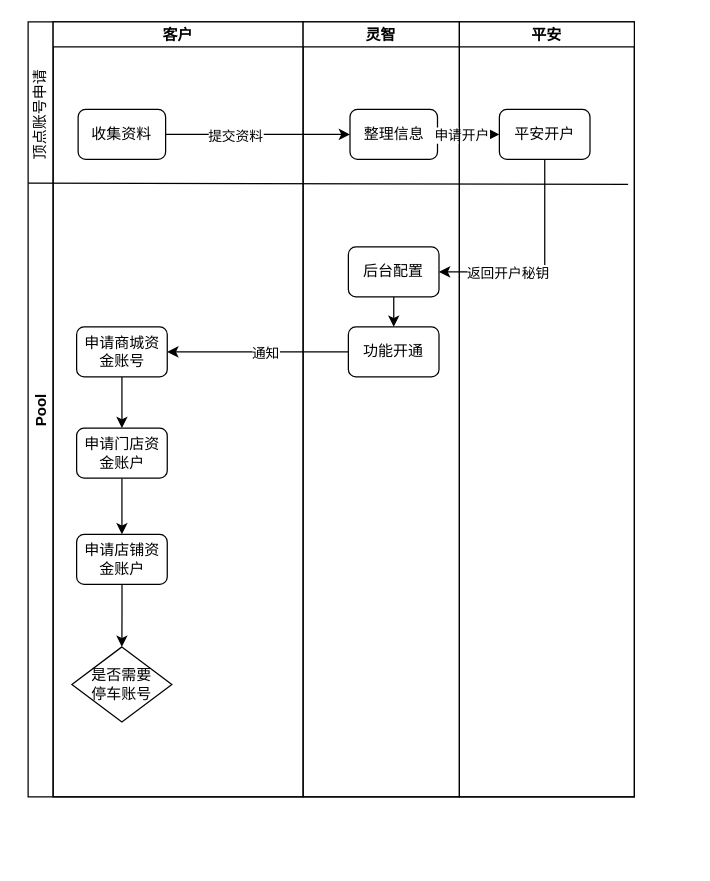
Above: 未命名绘图.drawio in TingFeng121/tingfeng121.github.io (draw.io), before the change. Source tidied: cells renumbered, new cells numbered last; positions are measured from the earlier drawing's top-left corner, leaving out a move shared by most shapes. Both pictures are drawn from the tidied source at 125%, with x=0, y=0 at pixel (-22, 21).
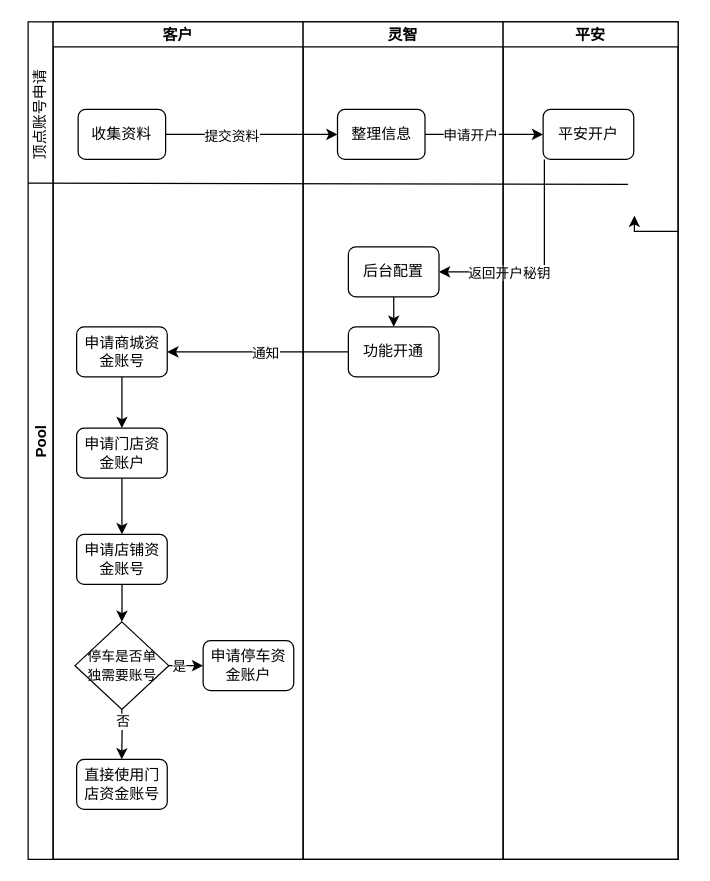
The same diagram, later.

Commit message:
更新未命名绘图.drawio

What changed in the source:
```diff
@@
     <mxCell id="2" value="Pool" style="swimlane;startSize=20;horizontal=0;" parent="1" vertex="1">
-      <mxGeometry x="40" width="485" height="620" as="geometry" />
+      <mxGeometry x="40" width="520" height="670" as="geometry" />
     </mxCell>
     <mxCell id="3" value="客户" style="swimlane;startSize=20;" parent="2" vertex="1">
-      <mxGeometry x="20" width="200" height="620" as="geometry" />
+      <mxGeometry x="20" width="200" height="670" as="geometry" />
     </mxCell>
@@
-    <mxCell id="11" value="申请店铺资金账户" style="whiteSpace=wrap;html=1;rounded=1;" parent="3" vertex="1">
+    <mxCell id="11" value="申请店铺资金账号" style="whiteSpace=wrap;html=1;rounded=1;" parent="3" vertex="1">
       <mxGeometry x="18.8" y="410" width="72.5" height="40" as="geometry" />
     </mxCell>
+    <mxCell id="30" style="edgeStyle=orthogonalEdgeStyle;rounded=0;jettySize=auto;html=1;entryX=0;entryY=0.5;entryDx=0;entryDy=0;" parent="3" edge="1" source="12" target="34">
+      <mxGeometry relative="1" as="geometry" />
+    </mxCell>
+    <mxCell id="31" value="是" style="edgeLabel;html=1;align=center;verticalAlign=middle;" parent="30" vertex="1">
+      <mxGeometry x="0.32" y="1" relative="1" as="geometry">
+        <mxPoint x="-2" y="1" as="offset" />
+      </mxGeometry>
+    </mxCell>
+    <mxCell id="32" style="edgeStyle=orthogonalEdgeStyle;rounded=0;orthogonalLoop=1;jettySize=auto;html=1;entryX=0.5;entryY=0;entryDx=0;entryDy=0;" parent="3" edge="1">
+      <mxGeometry relative="1" as="geometry">
+        <mxPoint x="54.7" y="540" as="sourcePoint" />
+        <mxPoint x="54.9" y="590" as="targetPoint" />
+      </mxGeometry>
+    </mxCell>
+    <mxCell id="33" value="否" style="edgeLabel;html=1;align=center;verticalAlign=middle;" parent="32" vertex="1">
+      <mxGeometry x="0.32" relative="1" as="geometry">
+        <mxPoint y="-13" as="offset" />
+      </mxGeometry>
+    </mxCell>
-    <mxCell id="12" value="是否需要&lt;div&gt;停车账号&lt;/div&gt;" style="rhombus;whiteSpace=wrap;html=1;" parent="3" vertex="1">
-      <mxGeometry x="15" y="500" width="80" height="60" as="geometry" />
+    <mxCell id="12" value="&lt;font style=&quot;font-size: 11px;&quot;&gt;停车是否单&lt;/font&gt;&lt;div&gt;&lt;font style=&quot;font-size: 11px;&quot;&gt;独需要&lt;span style=&quot;background-color: initial;&quot;&gt;账号&lt;/span&gt;&lt;/font&gt;&lt;/div&gt;" style="rhombus;whiteSpace=wrap;html=1;" parent="3" vertex="1">
+      <mxGeometry x="17.5" y="480" width="75" height="70" as="geometry" />
     </mxCell>
+    <mxCell id="34" value="申请停车资金账户" style="whiteSpace=wrap;html=1;rounded=1;" parent="3" vertex="1">
+      <mxGeometry x="120" y="495" width="72.5" height="40" as="geometry" />
+    </mxCell>
+    <mxCell id="35" value="直接使用门店资金账号" style="whiteSpace=wrap;html=1;rounded=1;" parent="3" vertex="1">
+      <mxGeometry x="18.8" y="590" width="72.5" height="40" as="geometry" />
+    </mxCell>
     <mxCell id="13" value="灵智" style="swimlane;startSize=20;" parent="2" vertex="1">
-      <mxGeometry x="220" width="125" height="620" as="geometry" />
+      <mxGeometry x="220" width="160" height="670" as="geometry" />
     </mxCell>
     <mxCell id="14" value="整理信息" style="whiteSpace=wrap;html=1;rounded=1;" parent="13" vertex="1">
-      <mxGeometry x="37.5" y="70" width="70" height="40" as="geometry" />
+      <mxGeometry x="27.5" y="70" width="70" height="40" as="geometry" />
     </mxCell>
@@
     <mxCell id="28" value="平安" style="swimlane;startSize=20;" parent="2" vertex="1">
-      <mxGeometry x="345" width="140" height="620" as="geometry" />
+      <mxGeometry x="380" width="140" height="670" as="geometry" />
     </mxCell>
```
